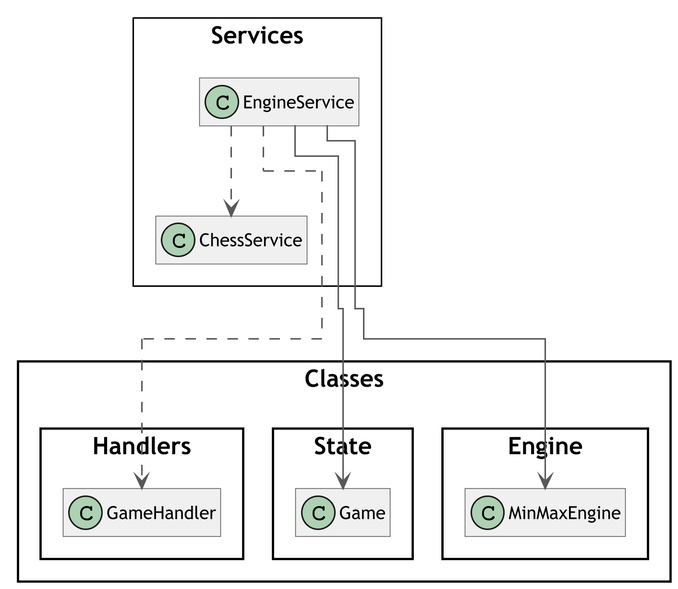
Before: NEA-Final/Writeup/Design/Class Diagrams/Backend/Services/EngineService.png, a diagram exported from PlantUML (connormcharg/school-work). Source of this version:
```plantuml
@startuml EngineService
skinparam classAttributeIconSize 0
skinparam classFontSize 16
skinparam classFontName Trebuchet MS
skinparam classBackgroundColor #F0F0F0
skinparam classBorderColor #585858
skinparam classArrowColor #585858
skinparam wrapWidth 400
skinparam RoundCorner 0
skinparam DefaultFontName Trebuchet MS
skinparam DefaultFontSize 16
skinparam ClassFontSize 16
skinparam TitleFontSize 20
skinparam ClassAttributeFontSize 12
skinparam ClassStereotypeFontSize 10
skinparam ArrowFontSize 10
skinparam Dpi 300
skinparam svgAntiAlias true
skinparam Linetype ortho
skinparam Nodesep 50
skinparam ranksep 75
skinparam groupInheritance 2
skinparam packageStyle Rectangle
!pragma layout elk

left to right direction

package Services <<Rectangle>> {
    class EngineService
    class ChessService
}

EngineService ..> ChessService
EngineService --> Classes.State.Game
EngineService --> Classes.Engine.MinMaxEngine
EngineService ..> Classes.Handlers.GameHandler

hide members
@enduml
```
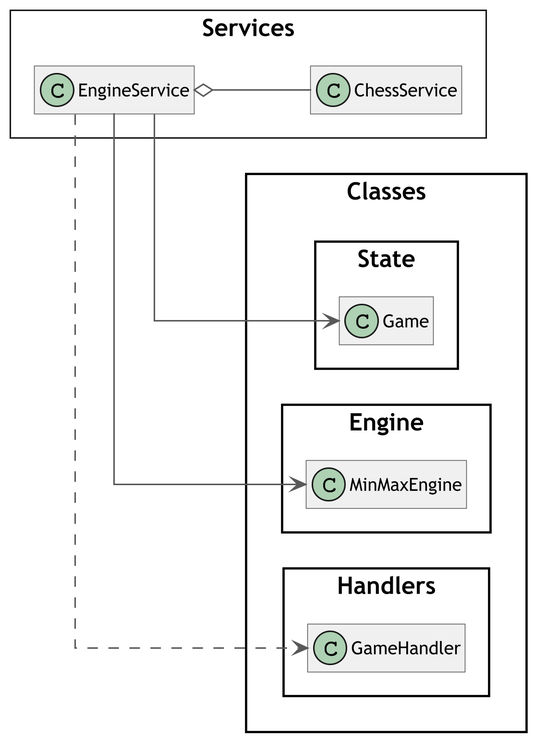
The same file after the commit.

The edit, as a diff of the source:
```diff
@@ -21,7 +21,6 @@
 skinparam ranksep 75
 skinparam groupInheritance 2
 skinparam packageStyle Rectangle
-!pragma layout elk
 
 left to right direction
 
@@ -30,7 +29,7 @@
     class ChessService
 }
 
-EngineService ..> ChessService
+EngineService o-- ChessService
 EngineService --> Classes.State.Game
 EngineService --> Classes.Engine.MinMaxEngine
 EngineService ..> Classes.Handlers.GameHandler
```
